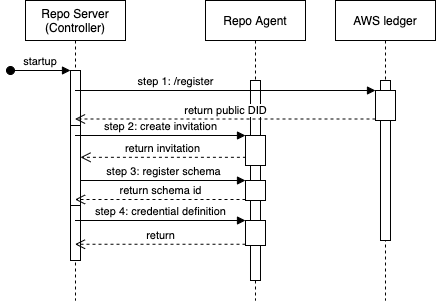
Earlier version of the draw.io export repo_start_up_seq.png (verifiablesoftware/vsw-repo). Source tidied: cells renumbered, new cells last; positions are measured from the earlier drawing's top-left corner, leaving out a move shared by most shapes. Source of this version:
```xml
<mxGraphModel>
  <root>
    <mxCell id="0" />
    <mxCell id="1" parent="0" />
    <mxCell id="2" value="Repo Server&#10;(Controller)" style="shape=umlLifeline;perimeter=lifelinePerimeter;rounded=0;shadow=0;strokeWidth=1;" parent="1" vertex="1">
      <mxGeometry x="15" width="100" height="300" as="geometry" />
    </mxCell>
    <mxCell id="3" style="points=[];perimeter=orthogonalPerimeter;rounded=0;shadow=0;strokeWidth=1;" parent="2" vertex="1">
      <mxGeometry x="45" y="70" width="10" height="190" as="geometry" />
    </mxCell>
    <mxCell id="4" value="startup" style="verticalAlign=bottom;startArrow=oval;endArrow=block;startSize=8;shadow=0;strokeWidth=1;" parent="2" edge="1" target="3">
      <mxGeometry relative="1" as="geometry">
        <mxPoint x="-15" y="70" as="sourcePoint" />
      </mxGeometry>
    </mxCell>
    <mxCell id="5" style="points=[];perimeter=orthogonalPerimeter;rounded=0;shadow=0;strokeWidth=1;" parent="2" vertex="1">
      <mxGeometry x="45" y="125" width="10" height="80" as="geometry" />
    </mxCell>
    <mxCell id="6" value="Repo Agent" style="shape=umlLifeline;perimeter=lifelinePerimeter;rounded=0;shadow=0;strokeWidth=1;" parent="1" vertex="1">
      <mxGeometry x="195" width="100" height="300" as="geometry" />
    </mxCell>
    <mxCell id="7" style="perimeter=orthogonalPerimeter;rounded=0;shadow=0;strokeWidth=1;" parent="6" vertex="1">
      <mxGeometry x="45" y="80" width="10" height="200" as="geometry" />
    </mxCell>
    <mxCell id="8" style="html=1;points=[];perimeter=orthogonalPerimeter;" parent="6" vertex="1">
      <mxGeometry x="40" y="135" width="20" height="30" as="geometry" />
    </mxCell>
    <mxCell id="9" style="html=1;points=[];perimeter=orthogonalPerimeter;" parent="6" vertex="1">
      <mxGeometry x="40" y="180" width="20" height="20" as="geometry" />
    </mxCell>
    <mxCell id="10" style="html=1;points=[];perimeter=orthogonalPerimeter;" parent="6" vertex="1">
      <mxGeometry x="40" y="220" width="20" height="25" as="geometry" />
    </mxCell>
    <mxCell id="11" value="AWS ledger" style="shape=umlLifeline;perimeter=lifelinePerimeter;rounded=0;shadow=0;strokeWidth=1;" parent="1" vertex="1">
      <mxGeometry x="325" width="100" height="300" as="geometry" />
    </mxCell>
    <mxCell id="12" style="perimeter=orthogonalPerimeter;rounded=0;shadow=0;strokeWidth=1;" parent="11" vertex="1">
      <mxGeometry x="45" y="80" width="10" height="160" as="geometry" />
    </mxCell>
    <mxCell id="13" style="html=1;points=[];perimeter=orthogonalPerimeter;" parent="11" vertex="1">
      <mxGeometry x="40" y="90" width="20" height="30" as="geometry" />
    </mxCell>
    <mxCell id="14" value="step 1: /register" style="html=1;verticalAlign=bottom;endArrow=block;entryX=0;entryY=0;" parent="1" edge="1" source="2" target="13">
      <mxGeometry x="-0.34" relative="1" as="geometry">
        <mxPoint x="1" as="offset" />
      </mxGeometry>
    </mxCell>
    <mxCell id="15" value="return public DID" style="html=1;verticalAlign=bottom;endArrow=open;dashed=1;endSize=8;exitX=0;exitY=0.95;" parent="1" edge="1" source="13" target="2">
      <mxGeometry relative="1" as="geometry" />
    </mxCell>
    <mxCell id="16" value="step 2: create invitation" style="html=1;verticalAlign=bottom;endArrow=block;entryX=0;entryY=0;" parent="1" edge="1" source="2" target="8">
      <mxGeometry relative="1" as="geometry" />
    </mxCell>
    <mxCell id="17" value="return invitation" style="html=1;verticalAlign=bottom;endArrow=open;dashed=1;endSize=8;exitX=0.021;exitY=0.727;exitDx=0;exitDy=0;exitPerimeter=0;" parent="1" edge="1" source="8" target="5">
      <mxGeometry relative="1" as="geometry" />
    </mxCell>
    <mxCell id="18" value="step 3: register schema" style="html=1;verticalAlign=bottom;endArrow=block;entryX=0;entryY=0;" parent="1" edge="1" source="5" target="9">
      <mxGeometry relative="1" as="geometry" />
    </mxCell>
    <mxCell id="19" value="return schema id" style="html=1;verticalAlign=bottom;endArrow=open;dashed=1;endSize=8;exitX=0;exitY=0.95;" parent="1" edge="1" source="9" target="2">
      <mxGeometry relative="1" as="geometry" />
    </mxCell>
    <mxCell id="20" value="return" style="html=1;verticalAlign=bottom;endArrow=open;dashed=1;endSize=8;exitX=0;exitY=0.95;" parent="1" edge="1" source="10" target="2">
      <mxGeometry relative="1" as="geometry" />
    </mxCell>
    <mxCell id="21" value="step 4: credential definition" style="html=1;verticalAlign=bottom;endArrow=block;entryX=0;entryY=0;" parent="1" edge="1" source="2" target="10">
      <mxGeometry relative="1" as="geometry" />
    </mxCell>
  </root>
</mxGraphModel>
```
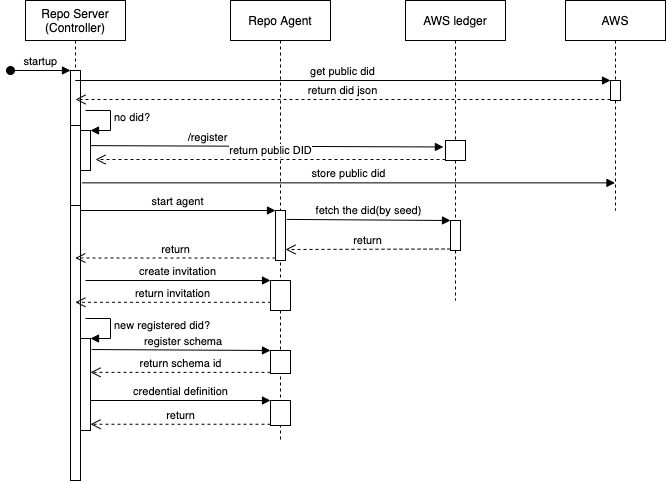
The same file after the commit.

Commit message:
modify sequential diagram

What changed in the source:
```diff
@@ -3,10 +3,10 @@
     <mxCell id="0" />
     <mxCell id="1" parent="0" />
     <mxCell id="2" value="Repo Server&#10;(Controller)" style="shape=umlLifeline;perimeter=lifelinePerimeter;rounded=0;shadow=0;strokeWidth=1;" parent="1" vertex="1">
-      <mxGeometry x="15" width="100" height="300" as="geometry" />
+      <mxGeometry x="15" width="100" height="480" as="geometry" />
     </mxCell>
     <mxCell id="3" style="points=[];perimeter=orthogonalPerimeter;rounded=0;shadow=0;strokeWidth=1;" parent="2" vertex="1">
-      <mxGeometry x="45" y="70" width="10" height="190" as="geometry" />
+      <mxGeometry x="45" y="70" width="10" height="410" as="geometry" />
     </mxCell>
     <mxCell id="4" value="startup" style="verticalAlign=bottom;startArrow=oval;endArrow=block;startSize=8;shadow=0;strokeWidth=1;" parent="2" edge="1" target="3">
       <mxGeometry relative="1" as="geometry">
@@ -16,55 +16,113 @@
     <mxCell id="5" style="points=[];perimeter=orthogonalPerimeter;rounded=0;shadow=0;strokeWidth=1;" parent="2" vertex="1">
       <mxGeometry x="45" y="125" width="10" height="80" as="geometry" />
     </mxCell>
+    <mxCell id="22" style="html=1;points=[];perimeter=orthogonalPerimeter;" parent="2" vertex="1">
+      <mxGeometry x="55" y="130" width="10" height="40" as="geometry" />
+    </mxCell>
+    <mxCell id="23" value="no did?" style="edgeStyle=orthogonalEdgeStyle;html=1;align=left;spacingLeft=2;endArrow=block;rounded=0;entryX=1;entryY=0;" parent="2" edge="1" target="22">
+      <mxGeometry relative="1" as="geometry">
+        <mxPoint x="60" y="110" as="sourcePoint" />
+        <Array as="points">
+          <mxPoint x="85" y="110" />
+        </Array>
+      </mxGeometry>
+    </mxCell>
+    <mxCell id="24" style="html=1;points=[];perimeter=orthogonalPerimeter;" parent="2" vertex="1">
+      <mxGeometry x="55" y="338" width="10" height="92" as="geometry" />
+    </mxCell>
+    <mxCell id="25" value="new registered did?" style="edgeStyle=orthogonalEdgeStyle;html=1;align=left;spacingLeft=2;endArrow=block;rounded=0;entryX=1;entryY=0;" parent="2" edge="1" target="24">
+      <mxGeometry relative="1" as="geometry">
+        <mxPoint x="60" y="318" as="sourcePoint" />
+        <Array as="points">
+          <mxPoint x="85" y="318" />
+          <mxPoint x="85" y="338" />
+        </Array>
+      </mxGeometry>
+    </mxCell>
     <mxCell id="6" value="Repo Agent" style="shape=umlLifeline;perimeter=lifelinePerimeter;rounded=0;shadow=0;strokeWidth=1;" parent="1" vertex="1">
-      <mxGeometry x="195" width="100" height="300" as="geometry" />
+      <mxGeometry x="220" width="100" height="440" as="geometry" />
     </mxCell>
-    <mxCell id="7" style="perimeter=orthogonalPerimeter;rounded=0;shadow=0;strokeWidth=1;" parent="6" vertex="1">
-      <mxGeometry x="45" y="80" width="10" height="200" as="geometry" />
-    </mxCell>
-    <mxCell id="8" style="html=1;points=[];perimeter=orthogonalPerimeter;" parent="6" vertex="1">
-      <mxGeometry x="40" y="135" width="20" height="30" as="geometry" />
-    </mxCell>
     <mxCell id="9" style="html=1;points=[];perimeter=orthogonalPerimeter;" parent="6" vertex="1">
-      <mxGeometry x="40" y="180" width="20" height="20" as="geometry" />
+      <mxGeometry x="40" y="350" width="20" height="23" as="geometry" />
     </mxCell>
     <mxCell id="10" style="html=1;points=[];perimeter=orthogonalPerimeter;" parent="6" vertex="1">
-      <mxGeometry x="40" y="220" width="20" height="25" as="geometry" />
+      <mxGeometry x="40" y="400" width="20" height="25" as="geometry" />
     </mxCell>
+    <mxCell id="8" style="html=1;points=[];perimeter=orthogonalPerimeter;" parent="6" vertex="1">
+      <mxGeometry x="40" y="280" width="20" height="30" as="geometry" />
+    </mxCell>
+    <mxCell id="26" style="html=1;points=[];perimeter=orthogonalPerimeter;" parent="6" vertex="1">
+      <mxGeometry x="45" y="210" width="10" height="50" as="geometry" />
+    </mxCell>
     <mxCell id="11" value="AWS ledger" style="shape=umlLifeline;perimeter=lifelinePerimeter;rounded=0;shadow=0;strokeWidth=1;" parent="1" vertex="1">
-      <mxGeometry x="325" width="100" height="300" as="geometry" />
+      <mxGeometry x="395" width="100" height="300" as="geometry" />
     </mxCell>
-    <mxCell id="12" style="perimeter=orthogonalPerimeter;rounded=0;shadow=0;strokeWidth=1;" parent="11" vertex="1">
-      <mxGeometry x="45" y="80" width="10" height="160" as="geometry" />
-    </mxCell>
     <mxCell id="13" style="html=1;points=[];perimeter=orthogonalPerimeter;" parent="11" vertex="1">
-      <mxGeometry x="40" y="90" width="20" height="30" as="geometry" />
+      <mxGeometry x="40" y="140" width="20" height="20" as="geometry" />
     </mxCell>
+    <mxCell id="27" style="html=1;points=[];perimeter=orthogonalPerimeter;" parent="11" vertex="1">
+      <mxGeometry x="45" y="220" width="10" height="30" as="geometry" />
+    </mxCell>
-    <mxCell id="14" value="step 1: /register" style="html=1;verticalAlign=bottom;endArrow=block;entryX=0;entryY=0;" parent="1" edge="1" source="2" target="13">
+    <mxCell id="14" value="/register" style="html=1;verticalAlign=bottom;endArrow=block;entryX=-0.105;entryY=0.324;exitX=0.979;exitY=0.378;exitDx=0;exitDy=0;exitPerimeter=0;entryDx=0;entryDy=0;entryPerimeter=0;" parent="1" edge="1" source="22" target="13">
       <mxGeometry x="-0.34" relative="1" as="geometry">
         <mxPoint x="1" as="offset" />
       </mxGeometry>
     </mxCell>
-    <mxCell id="15" value="return public DID" style="html=1;verticalAlign=bottom;endArrow=open;dashed=1;endSize=8;exitX=0;exitY=0.95;" parent="1" edge="1" source="13" target="2">
-      <mxGeometry relative="1" as="geometry" />
-    </mxCell>
-    <mxCell id="16" value="step 2: create invitation" style="html=1;verticalAlign=bottom;endArrow=block;entryX=0;entryY=0;" parent="1" edge="1" source="2" target="8">
-      <mxGeometry relative="1" as="geometry" />
+    <mxCell id="16" value="create invitation" style="html=1;verticalAlign=bottom;endArrow=block;entryX=0;entryY=0;" parent="1" edge="1" target="8">
+      <mxGeometry relative="1" as="geometry">
+        <mxPoint x="75" y="280" as="sourcePoint" />
+      </mxGeometry>
     </mxCell>
-    <mxCell id="17" value="return invitation" style="html=1;verticalAlign=bottom;endArrow=open;dashed=1;endSize=8;exitX=0.021;exitY=0.727;exitDx=0;exitDy=0;exitPerimeter=0;" parent="1" edge="1" source="8" target="5">
+    <mxCell id="17" value="return invitation" style="html=1;verticalAlign=bottom;endArrow=open;dashed=1;endSize=8;exitX=0.021;exitY=0.727;exitDx=0;exitDy=0;exitPerimeter=0;" parent="1" edge="1" source="8" target="2">
       <mxGeometry relative="1" as="geometry" />
     </mxCell>
-    <mxCell id="18" value="step 3: register schema" style="html=1;verticalAlign=bottom;endArrow=block;entryX=0;entryY=0;" parent="1" edge="1" source="5" target="9">
+    <mxCell id="18" value="&amp;nbsp;register schema" style="html=1;verticalAlign=bottom;endArrow=block;entryX=0;entryY=0;exitX=1.117;exitY=0.12;exitDx=0;exitDy=0;exitPerimeter=0;" parent="1" edge="1" source="24" target="9">
       <mxGeometry relative="1" as="geometry" />
     </mxCell>
-    <mxCell id="19" value="return schema id" style="html=1;verticalAlign=bottom;endArrow=open;dashed=1;endSize=8;exitX=0;exitY=0.95;" parent="1" edge="1" source="9" target="2">
+    <mxCell id="19" value="return schema id" style="html=1;verticalAlign=bottom;endArrow=open;dashed=1;endSize=8;exitX=0;exitY=0.95;" parent="1" edge="1" source="9" target="24">
       <mxGeometry relative="1" as="geometry" />
     </mxCell>
-    <mxCell id="20" value="return" style="html=1;verticalAlign=bottom;endArrow=open;dashed=1;endSize=8;exitX=0;exitY=0.95;" parent="1" edge="1" source="10" target="2">
+    <mxCell id="20" value="return" style="html=1;verticalAlign=bottom;endArrow=open;dashed=1;endSize=8;exitX=0;exitY=0.95;" parent="1" edge="1" source="10" target="24">
       <mxGeometry relative="1" as="geometry" />
     </mxCell>
-    <mxCell id="21" value="step 4: credential definition" style="html=1;verticalAlign=bottom;endArrow=block;entryX=0;entryY=0;" parent="1" edge="1" source="2" target="10">
+    <mxCell id="21" value="credential definition" style="html=1;verticalAlign=bottom;endArrow=block;entryX=0;entryY=0;" parent="1" edge="1" source="24" target="10">
       <mxGeometry relative="1" as="geometry" />
     </mxCell>
+    <mxCell id="28" value="AWS" style="shape=umlLifeline;perimeter=lifelinePerimeter;whiteSpace=wrap;html=1;outlineConnect=0;" parent="1" vertex="1">
+      <mxGeometry x="555" width="100" height="210" as="geometry" />
+    </mxCell>
+    <mxCell id="29" style="html=1;points=[];perimeter=orthogonalPerimeter;" parent="28" vertex="1">
+      <mxGeometry x="45" y="80" width="10" height="20" as="geometry" />
+    </mxCell>
+    <mxCell id="30" value="get public did" style="html=1;verticalAlign=bottom;endArrow=block;entryX=0;entryY=0;" parent="1" edge="1" source="2" target="29">
+      <mxGeometry relative="1" as="geometry" />
+    </mxCell>
+    <mxCell id="31" value="return did json" style="html=1;verticalAlign=bottom;endArrow=open;dashed=1;endSize=8;exitX=0;exitY=0.95;" parent="1" edge="1" source="29">
+      <mxGeometry relative="1" as="geometry">
+        <mxPoint x="65" y="99" as="targetPoint" />
+      </mxGeometry>
+    </mxCell>
+    <mxCell id="15" value="return public DID" style="html=1;verticalAlign=bottom;endArrow=open;dashed=1;endSize=8;exitX=0;exitY=0.95;" parent="1" edge="1" source="13">
+      <mxGeometry relative="1" as="geometry">
+        <mxPoint x="85" y="159" as="targetPoint" />
+      </mxGeometry>
+    </mxCell>
+    <mxCell id="32" value="store public did" style="html=1;verticalAlign=bottom;endArrow=block;exitX=1.152;exitY=0.717;exitDx=0;exitDy=0;exitPerimeter=0;" parent="1" edge="1" source="5" target="28">
+      <mxGeometry relative="1" as="geometry" />
+    </mxCell>
+    <mxCell id="33" value="start agent" style="html=1;verticalAlign=bottom;endArrow=block;entryX=0;entryY=0;" parent="1" edge="1" source="3" target="26">
+      <mxGeometry relative="1" as="geometry" />
+    </mxCell>
+    <mxCell id="34" value="return" style="html=1;verticalAlign=bottom;endArrow=open;dashed=1;endSize=8;exitX=0;exitY=0.95;" parent="1" edge="1" source="26" target="2">
+      <mxGeometry relative="1" as="geometry" />
+    </mxCell>
+    <mxCell id="35" value="fetch the did(by seed)" style="html=1;verticalAlign=bottom;endArrow=block;entryX=0;entryY=0;exitX=1.134;exitY=0.178;exitDx=0;exitDy=0;exitPerimeter=0;" parent="1" edge="1" source="26" target="27">
+      <mxGeometry relative="1" as="geometry" />
+    </mxCell>
+    <mxCell id="36" value="return" style="html=1;verticalAlign=bottom;endArrow=open;dashed=1;endSize=8;exitX=0;exitY=0.95;" parent="1" edge="1" source="27">
+      <mxGeometry relative="1" as="geometry">
+        <mxPoint x="275" y="249" as="targetPoint" />
+      </mxGeometry>
+    </mxCell>
   </root>
 </mxGraphModel>
```
